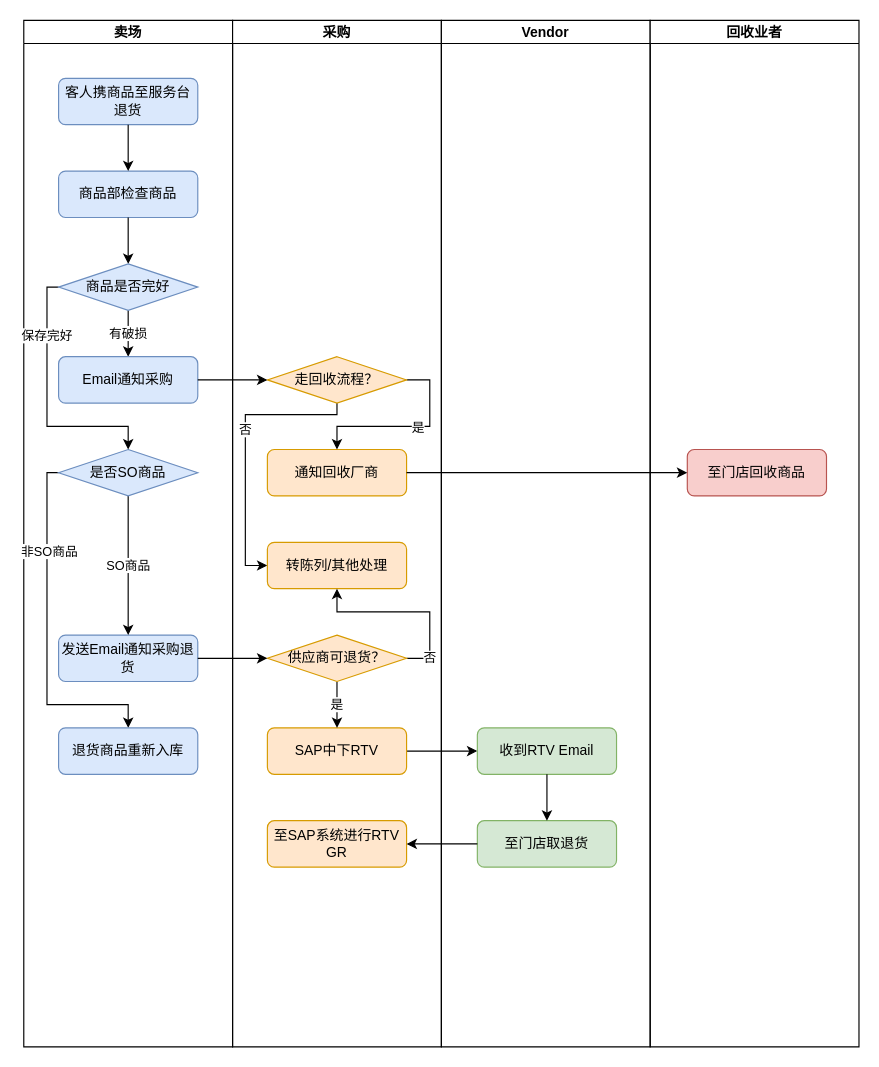
Before: page "SO退货业务流程-ASIS" (4 of 7) of Special Order.drawio in luss613/draw.io, a draw.io diagram. Source tidied: cells renumbered, new cells numbered last; positions are measured from the earlier drawing's top-left corner, leaving out a move shared by most shapes. Both pictures are drawn from the tidied source at 116%, with x=0, y=0 at pixel (23, 20).
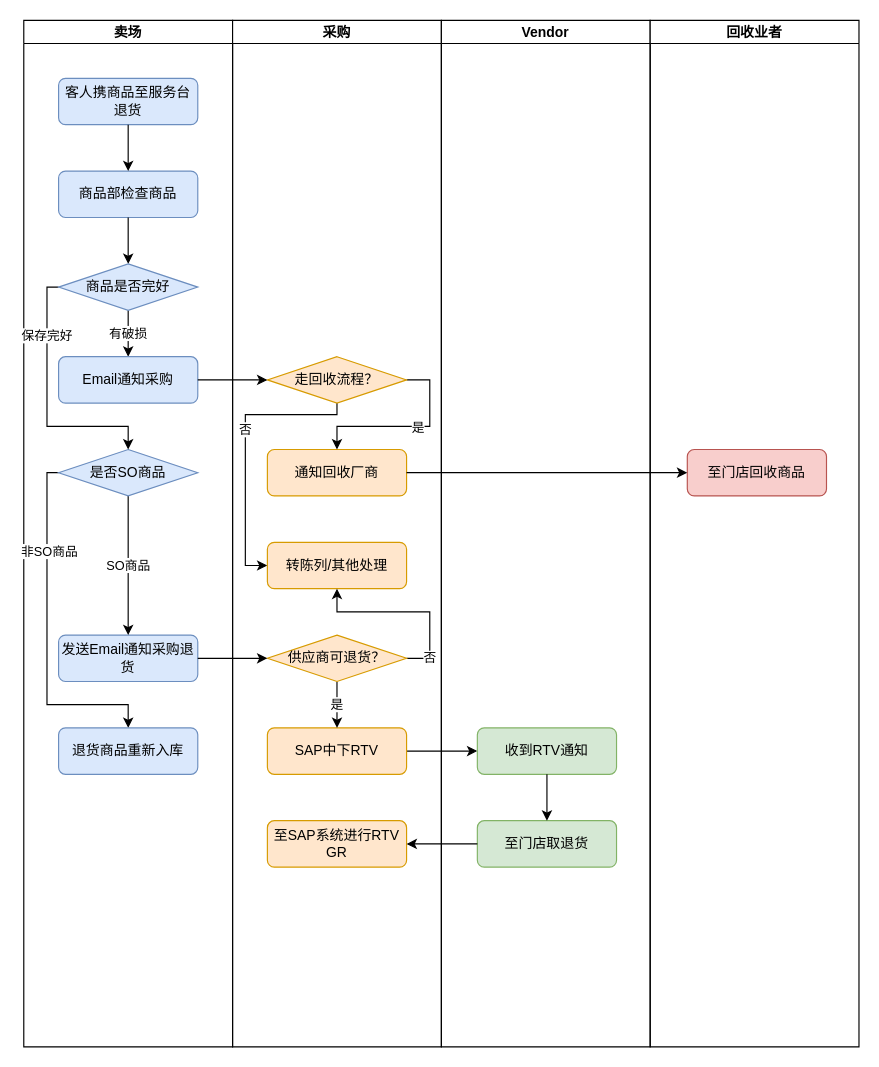
The same diagram, later.

Unchanged cells that the change refers to:
```xml
<mxCell id="32" value="Vendor" style="swimlane;startSize=20;" parent="1" vertex="1">
  <mxGeometry x="360" width="180" height="885" as="geometry" />
</mxCell>
```

The edit, as a diff of the source:
```diff
@@
-    <mxCell id="33" value="收到RTV Email" style="rounded=1;whiteSpace=wrap;html=1;fontSize=12;glass=0;strokeWidth=1;shadow=0;fillColor=#d5e8d4;strokeColor=#82b366;" parent="32" vertex="1">
+    <mxCell id="33" value="收到RTV通知" style="rounded=1;whiteSpace=wrap;html=1;fontSize=12;glass=0;strokeWidth=1;shadow=0;fillColor=#d5e8d4;strokeColor=#82b366;" parent="32" vertex="1">
       <mxGeometry x="31" y="610" width="120" height="40" as="geometry" />
     </mxCell>
```
